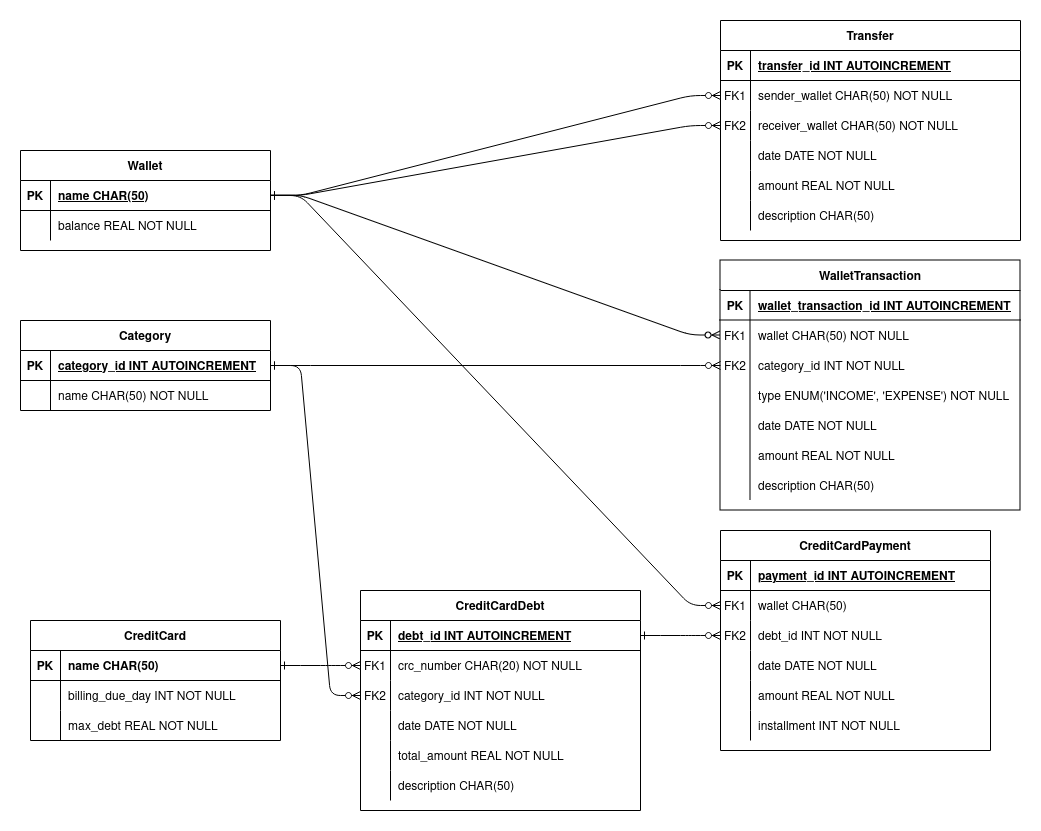
Before: docs/db_ER_model.png, a diagram exported from draw.io (luk3rr/MY_MONEY). Source tidied: cells renumbered, new cells last; positions are measured from the earlier drawing's top-left corner, leaving out a move shared by most shapes.
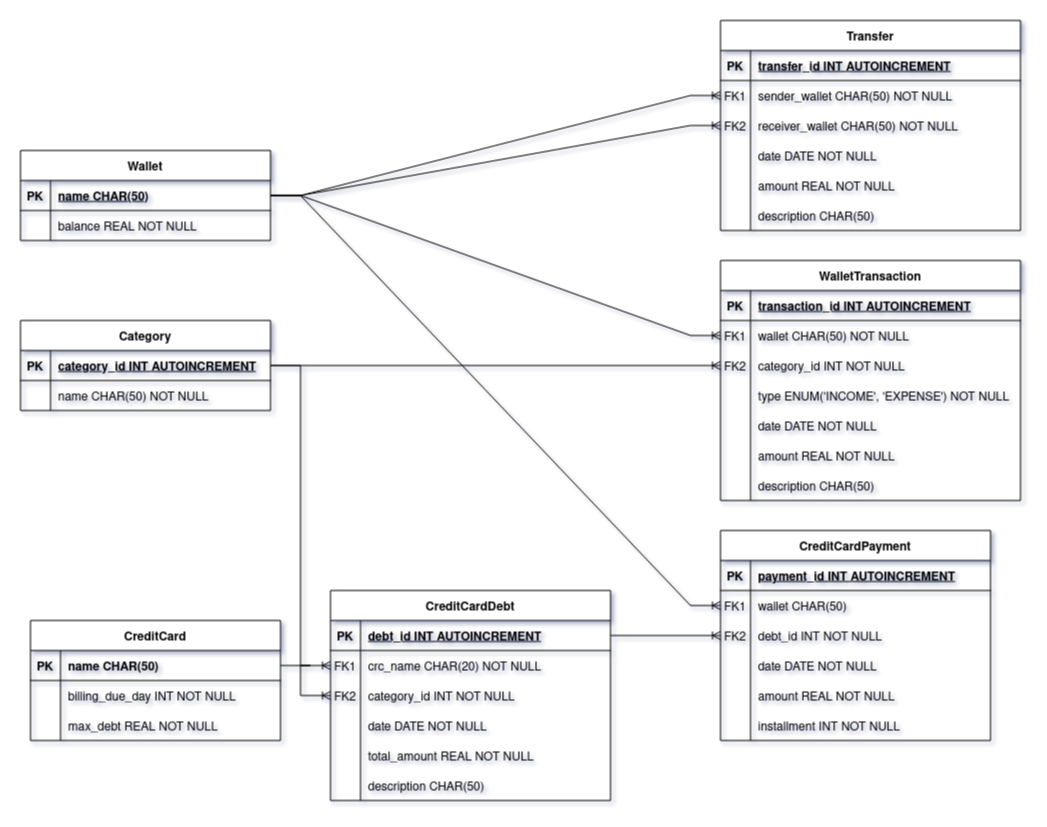
After the change.

Change to the diagram source:
```diff
@@ -2,11 +2,8 @@
   <root>
     <mxCell id="0" />
     <mxCell id="1" parent="0" />
-    <mxCell id="2" style="edgeStyle=entityRelationEdgeStyle;endArrow=ERzeroToMany;startArrow=ERone;endFill=1;startFill=0;" parent="1" edge="1" source="36" target="7">
-      <mxGeometry relative="1" as="geometry" />
-    </mxCell>
     <mxCell id="3" value="WalletTransaction" style="shape=table;startSize=30;rowLines=0;fontStyle=1;align=center;" parent="1" vertex="1">
-      <mxGeometry x="700" y="240" width="300" height="250" as="geometry" />
+      <mxGeometry x="700" y="240" width="300" height="240" as="geometry" />
     </mxCell>
     <mxCell id="4" style="shape=partialRectangle;fillColor=none;top=0;left=0;right=0;bottom=1;" parent="3" vertex="1">
       <mxGeometry y="30" width="300" height="30" as="geometry" />
@@ -14,7 +11,7 @@
     <mxCell id="5" value="PK" style="shape=partialRectangle;overflow=hidden;fillColor=none;top=0;left=0;bottom=0;right=0;fontStyle=1;" parent="4" vertex="1">
       <mxGeometry width="30" height="30" as="geometry" />
     </mxCell>
-    <mxCell id="6" value="wallet_transaction_id INT AUTOINCREMENT " style="shape=partialRectangle;overflow=hidden;fillColor=none;top=0;left=0;bottom=0;right=0;align=left;spacingLeft=6;fontStyle=5;" parent="4" vertex="1">
+    <mxCell id="6" value="transaction_id INT AUTOINCREMENT " style="shape=partialRectangle;overflow=hidden;fillColor=none;top=0;left=0;bottom=0;right=0;align=left;spacingLeft=6;fontStyle=5;" parent="4" vertex="1">
       <mxGeometry x="30" width="270" height="30" as="geometry" />
     </mxCell>
     <mxCell id="7" style="shape=partialRectangle;fillColor=none;points=[[0,0.5],[1,0.5]];portConstraint=eastwest;top=0;left=0;right=0;bottom=0;" parent="3" vertex="1">
@@ -77,7 +74,7 @@
     <mxCell id="26" style="shape=partialRectangle;fillColor=none;points=[[0,0.5],[1,0.5]];portConstraint=eastwest;top=0;left=0;right=0;bottom=1;" parent="25" vertex="1">
       <mxGeometry y="30" width="250" height="30" as="geometry" />
     </mxCell>
-    <mxCell id="27" value="PK" style="shape=partialRectangle;overflow=hidden;fillColor=none;top=0;left=0;bottom=0;right=0;fontStyle=1;" parent="26" vertex="1">
+    <mxCell id="27" style="shape=partialRectangle;overflow=hidden;fillColor=none;top=0;left=0;bottom=0;right=0;fontStyle=1;" parent="26" vertex="1">
       <mxGeometry width="30" height="30" as="geometry" />
     </mxCell>
     <mxCell id="28" style="shape=partialRectangle;overflow=hidden;fillColor=none;top=0;left=0;bottom=0;right=0;align=left;spacingLeft=6;fontStyle=5;" parent="26" vertex="1">
@@ -102,7 +99,7 @@
       <mxGeometry x="30" width="220" height="30" as="geometry" />
     </mxCell>
     <mxCell id="35" value="Wallet" style="shape=table;startSize=30;rowLines=0;fontStyle=1;align=center;" parent="1" vertex="1">
-      <mxGeometry y="130" width="250" height="100" as="geometry" />
+      <mxGeometry y="130" width="250" height="90" as="geometry" />
     </mxCell>
     <mxCell id="36" style="shape=partialRectangle;fillColor=none;points=[[0,0.5],[1,0.5]];portConstraint=eastwest;top=0;left=0;right=0;bottom=1;" parent="35" vertex="1">
       <mxGeometry y="30" width="250" height="30" as="geometry" />
@@ -128,9 +125,6 @@
     <mxCell id="43" style="shape=partialRectangle;overflow=hidden;fillColor=none;top=0;left=0;bottom=0;right=0;" parent="42" vertex="1">
       <mxGeometry width="30" height="30" as="geometry" />
     </mxCell>
-    <mxCell id="44" style="edgeStyle=entityRelationEdgeStyle;endArrow=ERzeroToMany;startArrow=ERone;endFill=1;startFill=0;exitX=1;exitY=0.5;exitDx=0;exitDy=0;entryX=0;entryY=0.5;entryDx=0;entryDy=0;" parent="1" edge="1" source="26" target="57">
-      <mxGeometry relative="1" as="geometry" />
-    </mxCell>
     <mxCell id="45" value="Category" style="shape=table;startSize=30;rowLines=0;fontStyle=1;align=center;" parent="1" vertex="1">
       <mxGeometry y="300" width="250" height="90" as="geometry" />
     </mxCell>
@@ -152,11 +146,8 @@
     <mxCell id="51" value="name CHAR(50) NOT NULL" style="shape=partialRectangle;overflow=hidden;fillColor=none;top=0;left=0;bottom=0;right=0;align=left;spacingLeft=6;" parent="49" vertex="1">
       <mxGeometry x="30" width="220" height="30" as="geometry" />
     </mxCell>
-    <mxCell id="52" style="edgeStyle=entityRelationEdgeStyle;endArrow=ERzeroToMany;startArrow=ERone;endFill=1;startFill=0;entryX=0;entryY=0.5;entryDx=0;entryDy=0;" parent="1" edge="1" source="46" target="10">
-      <mxGeometry relative="1" as="geometry" />
-    </mxCell>
     <mxCell id="53" value="CreditCardDebt" style="shape=table;startSize=30;rowLines=0;fontStyle=1;align=center;" parent="1" vertex="1">
-      <mxGeometry x="340" y="570" width="280" height="220" as="geometry" />
+      <mxGeometry x="310" y="570" width="280" height="210" as="geometry" />
     </mxCell>
     <mxCell id="54" style="shape=partialRectangle;fillColor=none;points=[[0,0.5],[1,0.5]];portConstraint=eastwest;top=0;left=0;right=0;bottom=1;" parent="53" vertex="1">
       <mxGeometry y="30" width="280" height="30" as="geometry" />
@@ -173,7 +164,7 @@
     <mxCell id="58" value="FK1" style="shape=partialRectangle;overflow=hidden;fillColor=none;top=0;left=0;bottom=0;right=0;" parent="57" vertex="1">
       <mxGeometry width="30" height="30" as="geometry" />
     </mxCell>
-    <mxCell id="59" value="crc_number CHAR(20) NOT NULL" style="shape=partialRectangle;overflow=hidden;fillColor=none;top=0;left=0;bottom=0;right=0;align=left;spacingLeft=6;" parent="57" vertex="1">
+    <mxCell id="59" value="crc_name CHAR(20) NOT NULL" style="shape=partialRectangle;overflow=hidden;fillColor=none;top=0;left=0;bottom=0;right=0;align=left;spacingLeft=6;" parent="57" vertex="1">
       <mxGeometry x="30" width="250" height="30" as="geometry" />
     </mxCell>
     <mxCell id="60" style="shape=partialRectangle;fillColor=none;points=[[0,0.5],[1,0.5]];portConstraint=eastwest;top=0;left=0;right=0;bottom=0;" parent="53" vertex="1">
@@ -212,11 +203,8 @@
     <mxCell id="71" value="description CHAR(50)" style="shape=partialRectangle;overflow=hidden;fillColor=none;top=0;left=0;bottom=0;right=0;align=left;spacingLeft=6;" parent="69" vertex="1">
       <mxGeometry x="30" width="250" height="30" as="geometry" />
     </mxCell>
-    <mxCell id="72" style="edgeStyle=entityRelationEdgeStyle;endArrow=ERzeroToMany;startArrow=ERone;endFill=1;startFill=0;entryX=0;entryY=0.5;entryDx=0;entryDy=0;exitX=1;exitY=0.5;exitDx=0;exitDy=0;" parent="1" edge="1" source="46" target="60">
-      <mxGeometry relative="1" as="geometry" />
-    </mxCell>
     <mxCell id="73" value="CreditCardPayment" style="shape=table;startSize=30;rowLines=0;fontStyle=1;align=center;" parent="1" vertex="1">
-      <mxGeometry x="700" y="510" width="270" height="220" as="geometry" />
+      <mxGeometry x="700" y="510" width="270" height="210" as="geometry" />
     </mxCell>
     <mxCell id="74" style="shape=partialRectangle;fillColor=none;top=0;left=0;right=0;bottom=1;" parent="73" vertex="1">
       <mxGeometry y="30" width="270" height="30" as="geometry" />
@@ -272,18 +260,8 @@
     <mxCell id="91" value="installment INT NOT NULL" style="shape=partialRectangle;overflow=hidden;fillColor=none;top=0;left=0;bottom=0;right=0;align=left;spacingLeft=6;" parent="89" vertex="1">
       <mxGeometry x="30" width="240" height="30" as="geometry" />
     </mxCell>
-    <mxCell id="92" style="edgeStyle=entityRelationEdgeStyle;endArrow=ERzeroToMany;startArrow=ERone;endFill=1;startFill=0;entryX=0;entryY=0.5;entryDx=0;entryDy=0;exitX=1;exitY=0.5;exitDx=0;exitDy=0;" parent="1" edge="1" source="54" target="80">
-      <mxGeometry relative="1" as="geometry" />
-    </mxCell>
-    <mxCell id="93" style="edgeStyle=entityRelationEdgeStyle;endArrow=ERzeroToMany;startArrow=ERone;endFill=1;startFill=0;exitX=1;exitY=0.5;exitDx=0;exitDy=0;entryX=0;entryY=0.5;entryDx=0;entryDy=0;" parent="1" edge="1" source="36" target="77">
-      <mxGeometry relative="1" as="geometry">
-        <Array as="points">
-          <mxPoint x="450" y="530" />
-        </Array>
-      </mxGeometry>
-    </mxCell>
     <mxCell id="94" value="Transfer" style="shape=table;startSize=30;rowLines=0;fontStyle=1;align=center;" parent="1" vertex="1">
-      <mxGeometry x="700" width="300" height="220" as="geometry" />
+      <mxGeometry x="700" width="300" height="210" as="geometry" />
     </mxCell>
     <mxCell id="95" style="shape=partialRectangle;fillColor=none;top=0;left=0;right=0;bottom=1;" parent="94" vertex="1">
       <mxGeometry y="30" width="300" height="30" as="geometry" />
@@ -339,15 +317,6 @@
     <mxCell id="112" value="description CHAR(50)" style="shape=partialRectangle;overflow=hidden;fillColor=none;top=0;left=0;bottom=0;right=0;align=left;spacingLeft=6;" parent="110" vertex="1">
       <mxGeometry x="30" width="270" height="30" as="geometry" />
     </mxCell>
-    <mxCell id="113" style="edgeStyle=entityRelationEdgeStyle;endArrow=ERzeroToMany;startArrow=ERone;endFill=1;startFill=0;entryX=0;entryY=0.5;entryDx=0;entryDy=0;exitX=1;exitY=0.5;exitDx=0;exitDy=0;" parent="1" edge="1" source="36" target="98">
-      <mxGeometry relative="1" as="geometry" />
-    </mxCell>
-    <mxCell id="114" style="edgeStyle=entityRelationEdgeStyle;endArrow=ERzeroToMany;startArrow=ERone;endFill=1;startFill=0;entryX=0;entryY=0.5;entryDx=0;entryDy=0;exitX=1;exitY=0.5;exitDx=0;exitDy=0;" parent="1" edge="1" source="36" target="101">
-      <mxGeometry relative="1" as="geometry" />
-    </mxCell>
-    <mxCell id="115" value="name CHAR(50)" style="shape=partialRectangle;overflow=hidden;fillColor=none;top=0;left=0;bottom=0;right=0;align=left;spacingLeft=6;fontStyle=1;" parent="1" vertex="1">
-      <mxGeometry x="40" y="630" width="220" height="30" as="geometry" />
-    </mxCell>
     <mxCell id="116" style="shape=partialRectangle;fillColor=none;top=0;left=0;right=0;bottom=0;" parent="1" vertex="1">
       <mxGeometry x="10" y="660" width="250" height="30" as="geometry" />
     </mxCell>
@@ -357,5 +326,38 @@
     <mxCell id="118" value="billing_due_day INT NOT NULL" style="shape=partialRectangle;overflow=hidden;fillColor=none;top=0;left=0;bottom=0;right=0;align=left;spacingLeft=6;" parent="116" vertex="1">
       <mxGeometry x="30" width="220" height="30" as="geometry" />
     </mxCell>
+    <mxCell id="113" style="edgeStyle=entityRelationEdgeStyle;fontSize=12;html=1;endArrow=ERoneToMany;rounded=0;exitX=1;exitY=0.5;exitDx=0;exitDy=0;entryX=0;entryY=0.5;entryDx=0;entryDy=0;" parent="1" edge="1" source="36" target="98">
+      <mxGeometry relative="1" as="geometry" />
+    </mxCell>
+    <mxCell id="114" style="edgeStyle=entityRelationEdgeStyle;fontSize=12;html=1;endArrow=ERoneToMany;rounded=0;exitX=1;exitY=0.5;exitDx=0;exitDy=0;entryX=0;entryY=0.5;entryDx=0;entryDy=0;" parent="1" edge="1" source="36" target="101">
+      <mxGeometry relative="1" as="geometry" />
+    </mxCell>
+    <mxCell id="2" style="edgeStyle=entityRelationEdgeStyle;fontSize=12;html=1;endArrow=ERoneToMany;rounded=0;exitX=1;exitY=0.5;exitDx=0;exitDy=0;entryX=0;entryY=0.5;entryDx=0;entryDy=0;" parent="1" edge="1" source="36" target="7">
+      <mxGeometry relative="1" as="geometry" />
+    </mxCell>
+    <mxCell id="52" style="edgeStyle=entityRelationEdgeStyle;fontSize=12;html=1;endArrow=ERoneToMany;rounded=0;exitX=1;exitY=0.5;exitDx=0;exitDy=0;entryX=0;entryY=0.5;entryDx=0;entryDy=0;" parent="1" edge="1" source="46" target="10">
+      <mxGeometry relative="1" as="geometry" />
+    </mxCell>
+    <mxCell id="93" style="edgeStyle=entityRelationEdgeStyle;fontSize=12;html=1;endArrow=ERoneToMany;rounded=0;exitX=1;exitY=0.5;exitDx=0;exitDy=0;entryX=0;entryY=0.5;entryDx=0;entryDy=0;" parent="1" edge="1" source="36" target="77">
+      <mxGeometry relative="1" as="geometry" />
+    </mxCell>
+    <mxCell id="72" style="edgeStyle=entityRelationEdgeStyle;fontSize=12;html=1;endArrow=ERoneToMany;rounded=0;exitX=1;exitY=0.5;exitDx=0;exitDy=0;entryX=0;entryY=0.5;entryDx=0;entryDy=0;" parent="1" edge="1" source="46" target="60">
+      <mxGeometry relative="1" as="geometry" />
+    </mxCell>
+    <mxCell id="119" style="edgeStyle=entityRelationEdgeStyle;fontSize=12;html=1;endArrow=ERoneToMany;rounded=0;entryX=0;entryY=0.5;entryDx=0;entryDy=0;exitX=1;exitY=0.5;exitDx=0;exitDy=0;" parent="1" edge="1" source="120" target="57">
+      <mxGeometry relative="1" as="geometry" />
+    </mxCell>
+    <mxCell id="120" style="shape=partialRectangle;fillColor=none;points=[[0,0.5],[1,0.5]];portConstraint=eastwest;top=0;left=0;right=0;bottom=0;" parent="1" vertex="1">
+      <mxGeometry x="10" y="630" width="250" height="30" as="geometry" />
+    </mxCell>
+    <mxCell id="121" value="PK" style="shape=partialRectangle;overflow=hidden;fillColor=none;top=0;left=0;bottom=0;right=0;fontStyle=1;" parent="120" vertex="1">
+      <mxGeometry width="30" height="30" as="geometry" />
+    </mxCell>
+    <mxCell id="115" value="name CHAR(50)" style="shape=partialRectangle;overflow=hidden;fillColor=none;top=0;left=0;bottom=0;right=0;align=left;spacingLeft=6;fontStyle=1;" parent="120" vertex="1">
+      <mxGeometry x="30" width="220" height="30" as="geometry" />
+    </mxCell>
+    <mxCell id="92" style="edgeStyle=entityRelationEdgeStyle;fontSize=12;html=1;endArrow=ERoneToMany;rounded=0;exitX=1;exitY=0.5;exitDx=0;exitDy=0;entryX=0;entryY=0.5;entryDx=0;entryDy=0;" parent="1" edge="1" source="54" target="80">
+      <mxGeometry relative="1" as="geometry" />
+    </mxCell>
   </root>
 </mxGraphModel>
```
